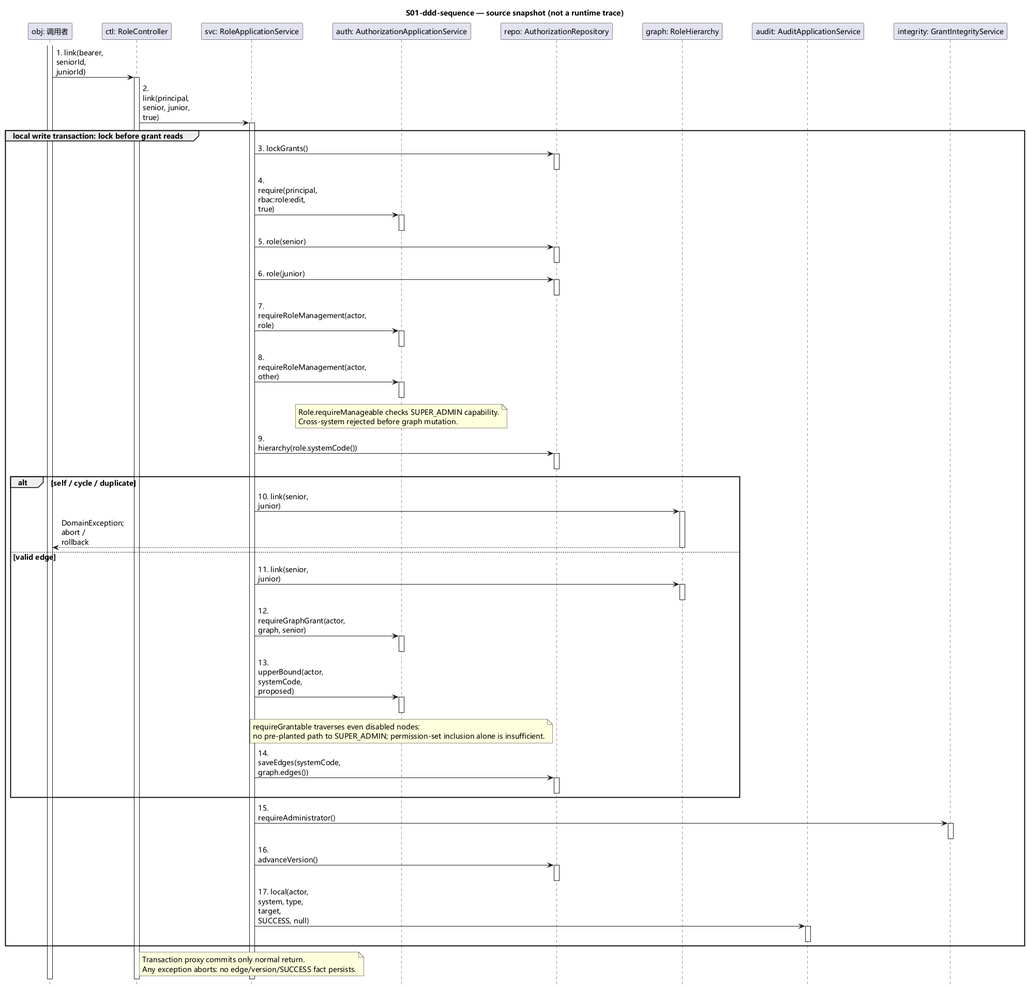
Before: docs/design/S01-ddd-sequence.png, a diagram exported from PlantUML (tang-new/OOAD).
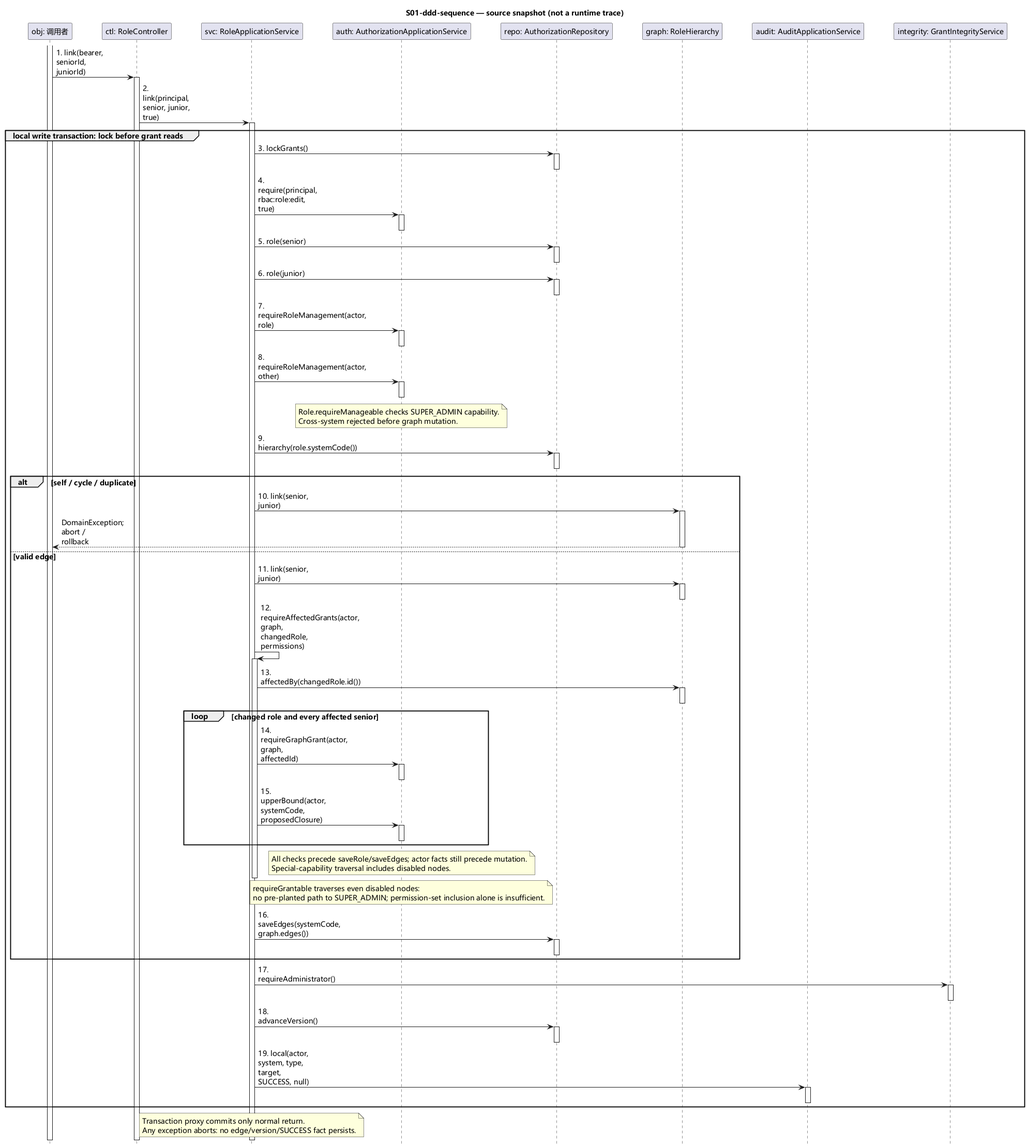
Later version of the same file.

What changed in the source:
```diff
@@ -55,27 +55,39 @@
 svc -> graph: 11. link(senior, junior)
 activate graph
 deactivate graph
-svc -> auth: 12. requireGraphGrant(actor, graph, senior)
+svc -> svc: 12. requireAffectedGrants(actor, graph, changedRole, permissions)
+activate svc
+svc -> graph: 13. affectedBy(changedRole.id())
+activate graph
+deactivate graph
+loop changed role and every affected senior
+svc -> auth: 14. requireGraphGrant(actor, graph, affectedId)
 activate auth
 deactivate auth
-svc -> auth: 13. upperBound(actor, systemCode, proposed)
+svc -> auth: 15. upperBound(actor, systemCode, proposedClosure)
 activate auth
 deactivate auth
+end
+note over auth
+All checks precede saveRole/saveEdges; actor facts still precede mutation.
+Special-capability traversal includes disabled nodes.
+end note
+deactivate svc
 note over auth
 requireGrantable traverses even disabled nodes:
 no pre-planted path to SUPER_ADMIN; permission-set inclusion alone is insufficient.
 end note
-svc -> repo: 14. saveEdges(systemCode, graph.edges())
+svc -> repo: 16. saveEdges(systemCode, graph.edges())
 activate repo
 deactivate repo
 end
-svc -> integrity: 15. requireAdministrator()
+svc -> integrity: 17. requireAdministrator()
 activate integrity
 deactivate integrity
-svc -> repo: 16. advanceVersion()
+svc -> repo: 18. advanceVersion()
 activate repo
 deactivate repo
-svc -> audit: 17. local(actor, system, type, target, SUCCESS, null)
+svc -> audit: 19. local(actor, system, type, target, SUCCESS, null)
 activate audit
 deactivate audit
 end
```
